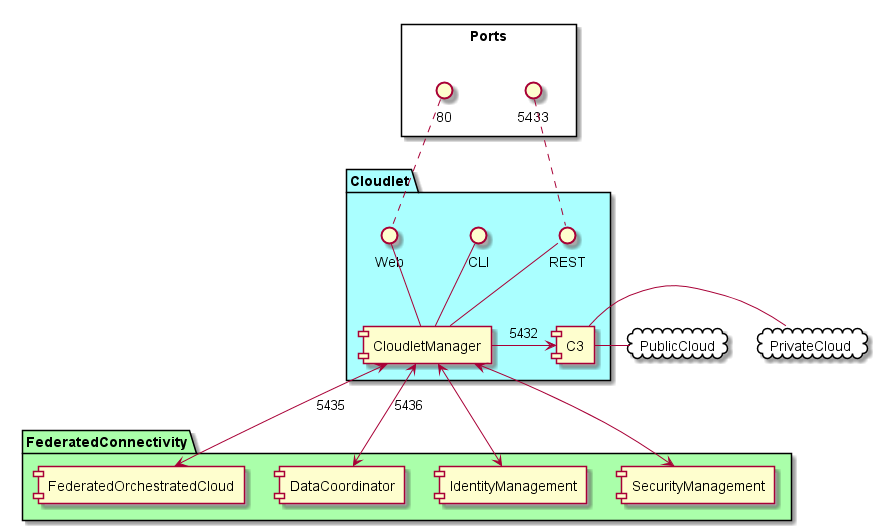
This is docs/Solution/Deployment.png from CAADE/CloudLet, a PlantUML export, as it was before one commit. The source it was exported from:
```plantuml
@startuml

package Cloudlet #aaffff {
    component C3
    component CloudletManager
    interface REST
    interface CLI
    interface Web
}

rectangle Ports {
  80 .. Web
  5433 .. REST
}
REST -- CloudletManager
CLI -- CloudletManager
Web -- CloudletManager
CloudletManager -> C3 : 5432

package FederatedConnectivity #aaffaa {
  component FederatedOrchestratedCloud
  component DataCoordinator
  component IdentityManagement
  component SecurityManagement
}

CloudletManager <--> FederatedOrchestratedCloud :5435
CloudletManager <--> DataCoordinator : 5436
CloudletManager <--> IdentityManagement
CloudletManager <--> SecurityManagement

cloud PublicCloud {
}

cloud PrivateCloud {
}

C3 - PublicCloud
C3 - PrivateCloud

@enduml
```
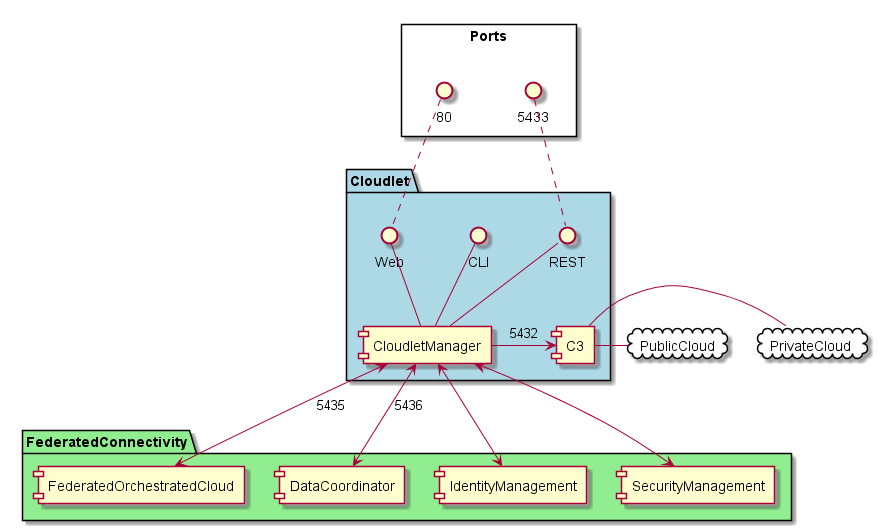
The same file after the commit.

The edit, as a diff of the source:
```diff
@@ -1,6 +1,6 @@
 @startuml
 
-package Cloudlet #aaffff {
+package Cloudlet #lightblue {
     component C3
     component CloudletManager
     interface REST
@@ -17,7 +17,7 @@
 Web -- CloudletManager
 CloudletManager -> C3 : 5432
 
-package FederatedConnectivity #aaffaa {
+package FederatedConnectivity #lightgreen {
   component FederatedOrchestratedCloud
   component DataCoordinator
   component IdentityManagement
```
